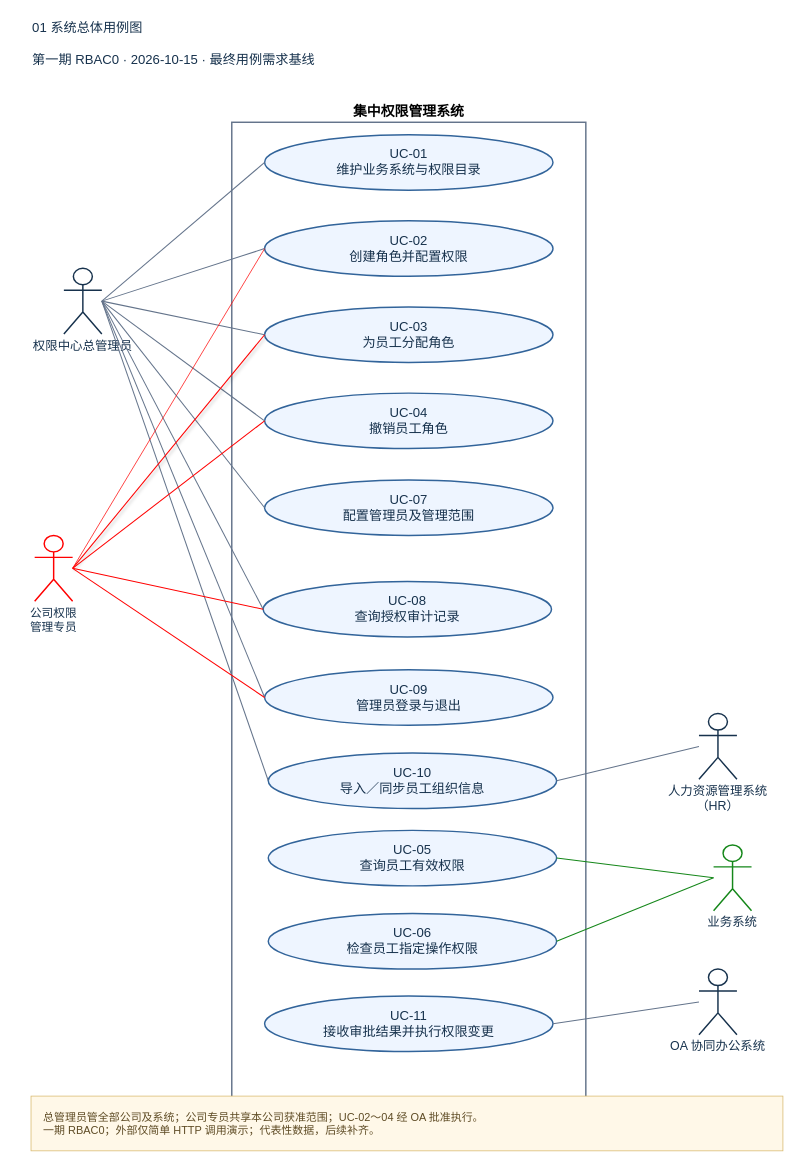
Above: page "01 系统总体用例图" (1 of 2) of docs/按用例分类/UC-04_撤销员工角色/相关用例图.drawio in Noah-hope/RBAC-admin (draw.io), before the change. Source tidied: cells renumbered, new cells numbered last; positions are measured from the earlier drawing's top-left corner, leaving out a move shared by most shapes. Both pictures are drawn from the tidied source at 73%, with x=0, y=0 at pixel (31, 12).
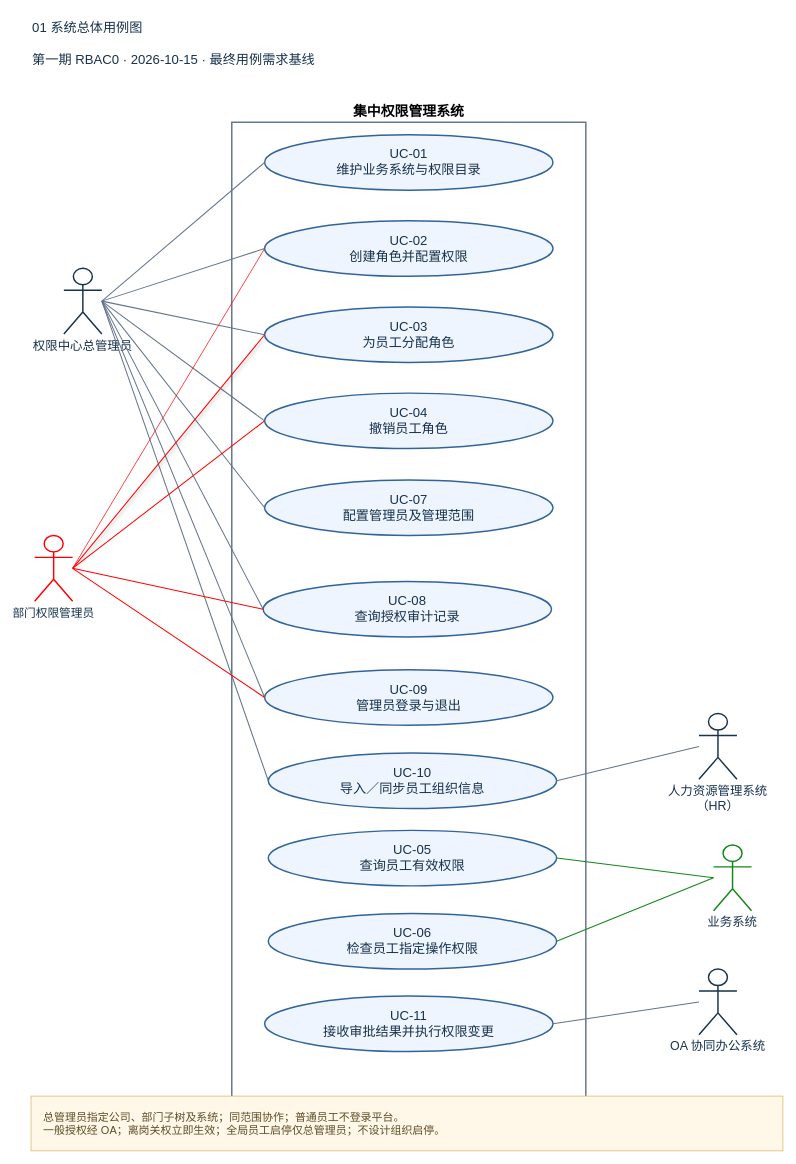
The same page after the edit.

The edit, as a diff of the source:
```diff
@@
-    <mxCell id="17" value="公司权限&#10;管理专员" style="shape=umlActor;html=0;verticalLabelPosition=bottom;verticalAlign=top;align=center;fillColor=#ffffff;strokeColor=#FF0000;strokeWidth=2;fontSize=16;fontColor=#17324d;whiteSpace=wrap;labelWidth=190;" parent="1" vertex="1">
+    <mxCell id="17" value="部门权限管理员" style="shape=umlActor;html=0;verticalLabelPosition=bottom;verticalAlign=top;align=center;fillColor=#ffffff;strokeColor=#FF0000;strokeWidth=2;fontSize=16;fontColor=#17324d;whiteSpace=wrap;labelWidth=190;" parent="1" vertex="1">
       <mxGeometry x="5" y="716" width="52" height="90" as="geometry" />
     </mxCell>
@@
-    <mxCell id="21" value="总管理员管全部公司及系统；公司专员共享本公司获准范围；UC-02～04 经 OA 批准执行。&#10;一期 RBAC0；外部仅简单 HTTP 调用演示；代表性数据，后续补齐。" style="rounded=0;html=0;whiteSpace=wrap;align=left;spacingLeft=15;fillColor=#fff8e8;strokeColor=#d7b76a;fontColor=#5e4b24;fontSize=15;" parent="1" vertex="1">
+    <mxCell id="21" value="总管理员指定公司、部门子树及系统；同范围协作；普通员工不登录平台。&#10;一般授权经 OA；离岗关权立即生效；全局员工启停仅总管理员；不设计组织启停。" style="rounded=0;html=0;whiteSpace=wrap;align=left;spacingLeft=15;fillColor=#fff8e8;strokeColor=#d7b76a;fontColor=#5e4b24;fontSize=15;" parent="1" vertex="1">
       <mxGeometry y="1484" width="1030" height="75" as="geometry" />
     </mxCell>
```
